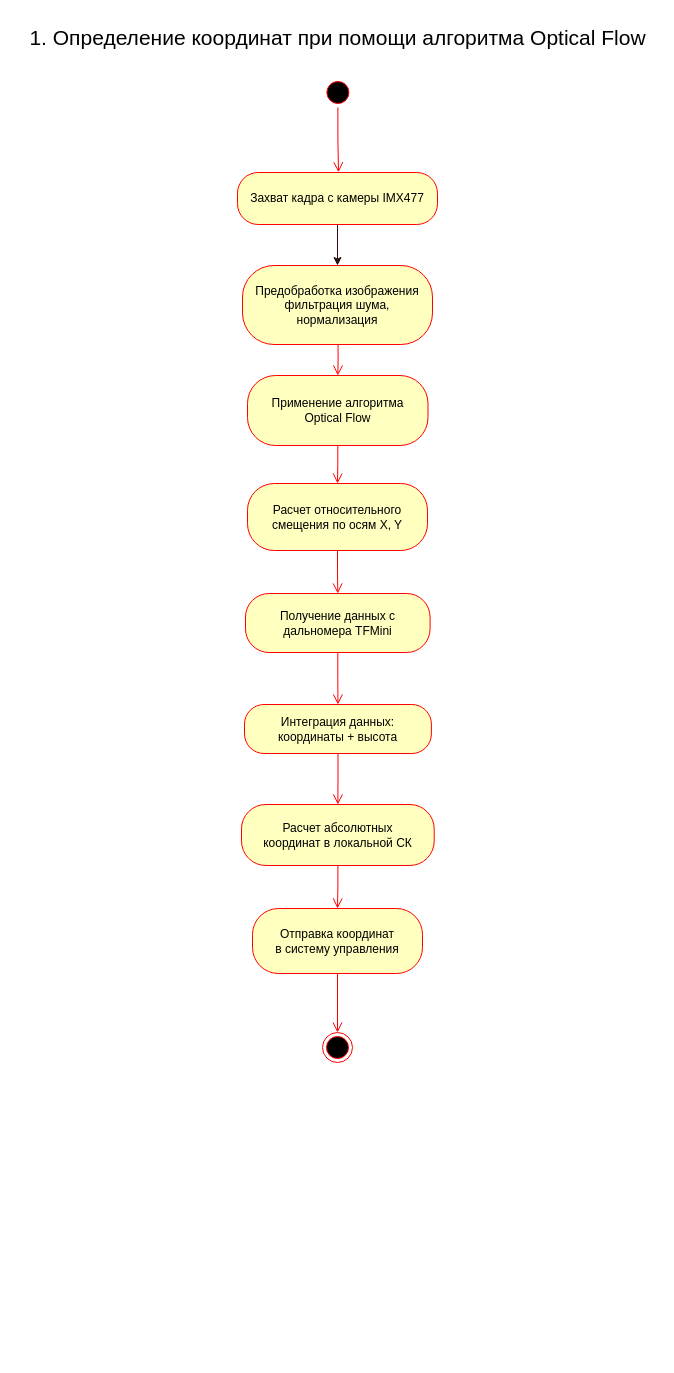
Earlier version of the draw.io diagram src/diagrams/uml-activity/activity1.drawio (zimkov/system-engineering-playbook). Source tidied: cells renumbered, new cells numbered last; positions are measured from the earlier drawing's top-left corner, leaving out a move shared by most shapes. Both pictures are drawn from the tidied source at 100%, with x=0, y=0 at pixel (17, 17).
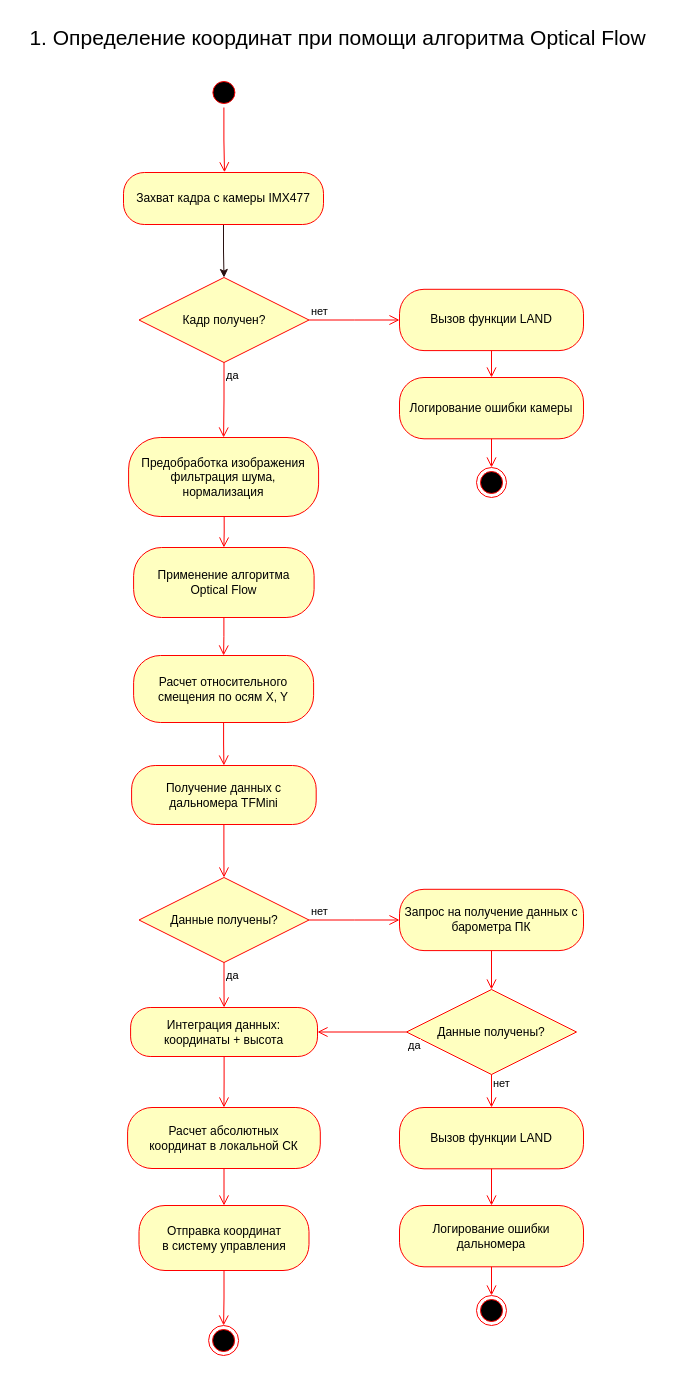
The same page after the edit.

What changed in the source:
```diff
@@
     <mxCell id="3" style="ellipse;html=1;shape=startState;fillColor=#000000;strokeColor=#ff0000;" parent="1" vertex="1">
-      <mxGeometry x="305.4" y="60" width="30" height="30" as="geometry" />
+      <mxGeometry x="191.4" y="60" width="30" height="30" as="geometry" />
     </mxCell>
@@
-    <mxCell id="5" style="edgeStyle=orthogonalEdgeStyle;rounded=0;jettySize=auto;html=1;strokeColor=light-dark(#291010, #ff0000);" parent="1" edge="1" source="6" target="7">
+    <mxCell id="5" style="edgeStyle=orthogonalEdgeStyle;rounded=0;jettySize=auto;html=1;strokeColor=light-dark(#291010, #ff0000);" parent="1" edge="1" source="6" target="22">
       <mxGeometry relative="1" as="geometry" />
     </mxCell>
     <mxCell id="6" value="&lt;font style=&quot;color: rgb(0, 0, 0);&quot;&gt;Захват кадра с камеры IMX477&lt;/font&gt;" style="rounded=1;whiteSpace=wrap;html=1;arcSize=40;fontColor=#000000;fillColor=#ffffc0;strokeColor=#ff0000;" parent="1" vertex="1">
-      <mxGeometry x="220" y="155" width="200" height="52" as="geometry" />
+      <mxGeometry x="106" y="155" width="200" height="52" as="geometry" />
     </mxCell>
     <mxCell id="7" value="&lt;font style=&quot;color: rgb(0, 0, 0);&quot;&gt;Предобработка изображения&lt;br style=&quot;padding: 0px; margin: 0px;&quot;&gt;фильтрация шума, нормализация&lt;/font&gt;" style="rounded=1;whiteSpace=wrap;html=1;arcSize=40;fontColor=#000000;fillColor=#ffffc0;strokeColor=#ff0000;" parent="1" vertex="1">
-      <mxGeometry x="225" y="248" width="190" height="79" as="geometry" />
+      <mxGeometry x="111.1" y="420" width="190" height="79" as="geometry" />
     </mxCell>
     <mxCell id="8" value="&lt;font style=&quot;color: rgb(0, 0, 0);&quot;&gt;Применение алгоритма&lt;br style=&quot;padding: 0px; margin: 0px;&quot;&gt;Optical Flow&lt;/font&gt;" style="rounded=1;whiteSpace=wrap;html=1;arcSize=40;fontColor=#000000;fillColor=#ffffc0;strokeColor=#ff0000;" parent="1" vertex="1">
-      <mxGeometry x="230" y="358" width="180.5" height="70" as="geometry" />
+      <mxGeometry x="116.1" y="530" width="180.5" height="70" as="geometry" />
     </mxCell>
@@
     <mxCell id="11" value="&lt;font style=&quot;color: rgb(0, 0, 0);&quot;&gt;Расчет относительного&lt;br style=&quot;padding: 0px; margin: 0px;&quot;&gt;смещения по осям X, Y&lt;/font&gt;" style="rounded=1;whiteSpace=wrap;html=1;arcSize=40;fontColor=#000000;fillColor=#ffffc0;strokeColor=#ff0000;" parent="1" vertex="1">
-      <mxGeometry x="230" y="466" width="180" height="67" as="geometry" />
+      <mxGeometry x="116.1" y="638" width="180" height="67" as="geometry" />
     </mxCell>
@@
     <mxCell id="13" value="&lt;font style=&quot;color: rgb(0, 0, 0);&quot;&gt;Получение данных с&lt;br style=&quot;padding: 0px; margin: 0px;&quot;&gt;дальномера TFMini&lt;/font&gt;" style="rounded=1;whiteSpace=wrap;html=1;arcSize=40;fontColor=#000000;fillColor=#ffffc0;strokeColor=#ff0000;" parent="1" vertex="1">
-      <mxGeometry x="228" y="576" width="184.6" height="59" as="geometry" />
+      <mxGeometry x="114.1" y="748" width="184.6" height="59" as="geometry" />
     </mxCell>
-    <mxCell id="14" style="edgeStyle=orthogonalEdgeStyle;html=1;verticalAlign=bottom;endArrow=open;endSize=8;strokeColor=#ff0000;rounded=0;entryX=0.5;entryY=0;entryDx=0;entryDy=0;" parent="1" edge="1" source="13" target="15">
+    <mxCell id="14" style="edgeStyle=orthogonalEdgeStyle;html=1;verticalAlign=bottom;endArrow=open;endSize=8;strokeColor=#ff0000;rounded=0;" parent="1" edge="1" source="13" target="30">
       <mxGeometry relative="1" as="geometry" />
     </mxCell>
     <mxCell id="15" value="&lt;font style=&quot;color: rgb(0, 0, 0);&quot;&gt;Интеграция данных:&lt;br style=&quot;padding: 0px; margin: 0px;&quot;&gt;координаты + высота&lt;/font&gt;" style="rounded=1;whiteSpace=wrap;html=1;arcSize=40;fontColor=#000000;fillColor=#ffffc0;strokeColor=#ff0000;" parent="1" vertex="1">
-      <mxGeometry x="227" y="687" width="186.9" height="49" as="geometry" />
+      <mxGeometry x="113.1" y="990" width="186.9" height="49" as="geometry" />
     </mxCell>
@@
     <mxCell id="17" value="&lt;font style=&quot;color: rgb(0, 0, 0);&quot;&gt;Расчет абсолютных&lt;br style=&quot;padding: 0px; margin: 0px;&quot;&gt;координат в локальной СК&lt;/font&gt;" style="rounded=1;whiteSpace=wrap;html=1;arcSize=40;fontColor=#000000;fillColor=#ffffc0;strokeColor=#ff0000;" parent="1" vertex="1">
-      <mxGeometry x="224" y="787" width="192.7" height="61" as="geometry" />
+      <mxGeometry x="110.1" y="1090" width="192.7" height="61" as="geometry" />
     </mxCell>
@@
     <mxCell id="19" value="&lt;font style=&quot;color: rgb(0, 0, 0);&quot;&gt;Отправка координат&lt;br style=&quot;padding: 0px; margin: 0px;&quot;&gt;в систему управления&lt;/font&gt;" style="rounded=1;whiteSpace=wrap;html=1;arcSize=40;fontColor=#000000;fillColor=#ffffc0;strokeColor=#ff0000;" parent="1" vertex="1">
-      <mxGeometry x="235" y="891" width="170" height="65" as="geometry" />
+      <mxGeometry x="121.5" y="1188" width="170" height="65" as="geometry" />
     </mxCell>
@@
     <mxCell id="21" style="ellipse;html=1;shape=endState;fillColor=#000000;strokeColor=#ff0000;" parent="1" vertex="1">
-      <mxGeometry x="305" y="1015" width="30" height="30" as="geometry" />
+      <mxGeometry x="191.1" y="1308" width="30" height="30" as="geometry" />
     </mxCell>
+    <mxCell id="22" value="Кадр получен?" style="rhombus;whiteSpace=wrap;html=1;fontColor=#000000;fillColor=#ffffc0;strokeColor=#ff0000;" parent="1" vertex="1">
+      <mxGeometry x="121.5" y="260" width="170" height="85" as="geometry" />
+    </mxCell>
+    <mxCell id="23" value="нет" style="edgeStyle=orthogonalEdgeStyle;html=1;align=left;verticalAlign=bottom;endArrow=open;endSize=8;strokeColor=#ff0000;rounded=0;" parent="1" edge="1" source="22" target="28">
+      <mxGeometry x="-1" relative="1" as="geometry" />
+    </mxCell>
+    <mxCell id="24" value="да" style="edgeStyle=orthogonalEdgeStyle;html=1;align=left;verticalAlign=top;endArrow=open;endSize=8;strokeColor=#ff0000;rounded=0;" parent="1" edge="1" source="22" target="7">
+      <mxGeometry x="-1" relative="1" as="geometry" />
+    </mxCell>
+    <mxCell id="25" value="Логирование ошибки камеры" style="rounded=1;whiteSpace=wrap;html=1;arcSize=40;fontColor=#000000;fillColor=#ffffc0;strokeColor=#ff0000;" parent="1" vertex="1">
+      <mxGeometry x="382" y="360" width="184" height="61.3" as="geometry" />
+    </mxCell>
+    <mxCell id="26" style="edgeStyle=orthogonalEdgeStyle;html=1;verticalAlign=bottom;endArrow=open;endSize=8;strokeColor=#ff0000;rounded=0;" parent="1" edge="1" source="25" target="27">
+      <mxGeometry relative="1" as="geometry" />
+    </mxCell>
+    <mxCell id="27" style="ellipse;html=1;shape=endState;fillColor=#000000;strokeColor=#ff0000;" parent="1" vertex="1">
+      <mxGeometry x="459" y="450" width="30" height="30" as="geometry" />
+    </mxCell>
+    <mxCell id="28" value="Вызов функции LAND" style="rounded=1;whiteSpace=wrap;html=1;arcSize=40;fontColor=#000000;fillColor=#ffffc0;strokeColor=#ff0000;" parent="1" vertex="1">
+      <mxGeometry x="382" y="271.8" width="184" height="61.3" as="geometry" />
+    </mxCell>
+    <mxCell id="29" style="edgeStyle=orthogonalEdgeStyle;html=1;verticalAlign=bottom;endArrow=open;endSize=8;strokeColor=#ff0000;rounded=0;" parent="1" edge="1" source="28" target="25">
+      <mxGeometry relative="1" as="geometry" />
+    </mxCell>
+    <mxCell id="30" value="Данные получены?" style="rhombus;whiteSpace=wrap;html=1;fontColor=#000000;fillColor=#ffffc0;strokeColor=#ff0000;" parent="1" vertex="1">
+      <mxGeometry x="121.5" y="860" width="170" height="85" as="geometry" />
+    </mxCell>
+    <mxCell id="31" value="нет" style="edgeStyle=orthogonalEdgeStyle;html=1;align=left;verticalAlign=bottom;endArrow=open;endSize=8;strokeColor=#ff0000;rounded=0;" parent="1" edge="1" source="30" target="41">
+      <mxGeometry x="-1" relative="1" as="geometry" />
+    </mxCell>
+    <mxCell id="32" value="да" style="edgeStyle=orthogonalEdgeStyle;html=1;align=left;verticalAlign=top;endArrow=open;endSize=8;strokeColor=#ff0000;rounded=0;" parent="1" edge="1" source="30" target="15">
+      <mxGeometry x="-1" relative="1" as="geometry" />
+    </mxCell>
+    <mxCell id="33" value="Логирование ошибки дальномера" style="rounded=1;whiteSpace=wrap;html=1;arcSize=40;fontColor=#000000;fillColor=#ffffc0;strokeColor=#ff0000;" parent="1" vertex="1">
+      <mxGeometry x="382" y="1188" width="184" height="61.3" as="geometry" />
+    </mxCell>
+    <mxCell id="34" style="edgeStyle=orthogonalEdgeStyle;html=1;verticalAlign=bottom;endArrow=open;endSize=8;strokeColor=#ff0000;rounded=0;" parent="1" edge="1" source="33" target="35">
+      <mxGeometry relative="1" as="geometry" />
+    </mxCell>
+    <mxCell id="35" style="ellipse;html=1;shape=endState;fillColor=#000000;strokeColor=#ff0000;" parent="1" vertex="1">
+      <mxGeometry x="459" y="1278" width="30" height="30" as="geometry" />
+    </mxCell>
+    <mxCell id="36" value="Вызов функции LAND" style="rounded=1;whiteSpace=wrap;html=1;arcSize=40;fontColor=#000000;fillColor=#ffffc0;strokeColor=#ff0000;" parent="1" vertex="1">
+      <mxGeometry x="382" y="1090" width="184" height="61.3" as="geometry" />
+    </mxCell>
+    <mxCell id="37" style="edgeStyle=orthogonalEdgeStyle;html=1;verticalAlign=bottom;endArrow=open;endSize=8;strokeColor=#ff0000;rounded=0;" parent="1" edge="1" source="36" target="33">
+      <mxGeometry relative="1" as="geometry" />
+    </mxCell>
+    <mxCell id="38" value="Данные получены?" style="rhombus;whiteSpace=wrap;html=1;fontColor=#000000;fillColor=#ffffc0;strokeColor=#ff0000;" parent="1" vertex="1">
+      <mxGeometry x="389" y="972" width="170" height="85" as="geometry" />
+    </mxCell>
+    <mxCell id="39" value="нет" style="edgeStyle=orthogonalEdgeStyle;html=1;align=left;verticalAlign=bottom;endArrow=open;endSize=8;strokeColor=#ff0000;rounded=0;" parent="1" edge="1" source="38" target="36">
+      <mxGeometry x="0.07" relative="1" as="geometry" />
+    </mxCell>
+    <mxCell id="40" value="да" style="edgeStyle=orthogonalEdgeStyle;html=1;align=left;verticalAlign=top;endArrow=open;endSize=8;strokeColor=#ff0000;rounded=0;" parent="1" edge="1" source="38" target="15">
+      <mxGeometry x="-1" relative="1" as="geometry" />
+    </mxCell>
+    <mxCell id="41" value="Запрос на получение данных с барометра ПК" style="rounded=1;whiteSpace=wrap;html=1;arcSize=40;fontColor=#000000;fillColor=#ffffc0;strokeColor=#ff0000;" parent="1" vertex="1">
+      <mxGeometry x="382" y="871.8" width="184" height="61.3" as="geometry" />
+    </mxCell>
+    <mxCell id="42" style="edgeStyle=orthogonalEdgeStyle;html=1;verticalAlign=bottom;endArrow=open;endSize=8;strokeColor=#ff0000;rounded=0;" parent="1" edge="1" source="41" target="38">
+      <mxGeometry relative="1" as="geometry" />
+    </mxCell>
```
